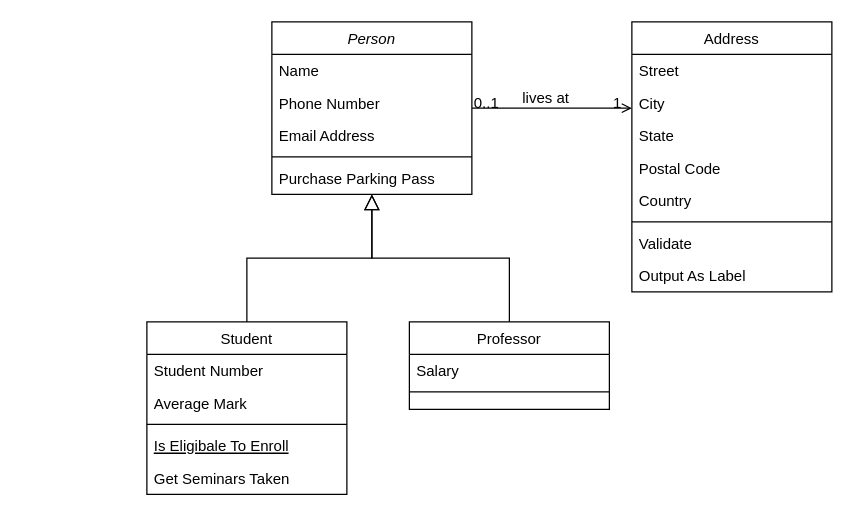
CynthiaMaldonadoR/hello-world keeps this draw.io diagram as Act 15 creditos.drawio. Above is the earlier version. Source tidied: cells renumbered, new cells numbered last; positions are measured from the earlier drawing's top-left corner, leaving out a move shared by most shapes. Both pictures are drawn from the tidied source at 125%, with x=0, y=0 at pixel (146, 21).
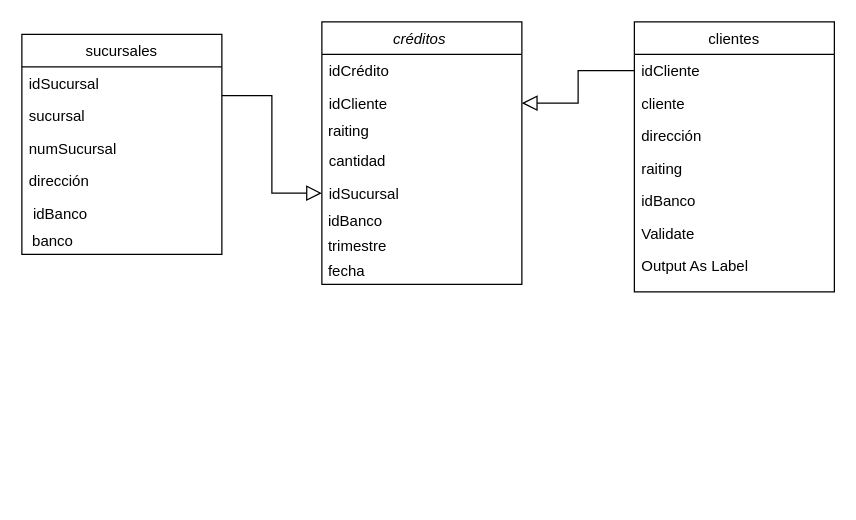
The same diagram, later.

Diff of the diagram source:
```diff
@@
-    <mxCell id="2" value="Person" style="swimlane;fontStyle=2;align=center;verticalAlign=top;horizontal=1;startSize=26;rounded=0;shadow=0;strokeWidth=1;" parent="1" vertex="1">
-      <mxGeometry x="100" width="160" height="138" as="geometry" />
+    <mxCell id="2" value="créditos " style="swimlane;fontStyle=2;align=center;verticalAlign=top;horizontal=1;startSize=26;rounded=0;shadow=0;strokeWidth=1;" parent="1" vertex="1">
+      <mxGeometry x="140" width="160" height="210" as="geometry" />
     </mxCell>
-    <mxCell id="3" value="Name" style="text;align=left;verticalAlign=top;spacingLeft=4;spacingRight=4;overflow=hidden;" parent="2" vertex="1">
+    <mxCell id="3" value="idCrédito" style="text;align=left;verticalAlign=top;spacingLeft=4;spacingRight=4;overflow=hidden;" parent="2" vertex="1">
       <mxGeometry y="26" width="160" height="26" as="geometry" />
     </mxCell>
-    <mxCell id="4" value="Phone Number" style="text;align=left;verticalAlign=top;spacingLeft=4;spacingRight=4;overflow=hidden;points=[[0,0.5],[1,0.5]];portConstraint=eastwest;rounded=0;shadow=0;html=0;" parent="2" vertex="1">
+    <mxCell id="4" value="idCliente" style="text;align=left;verticalAlign=top;spacingLeft=4;spacingRight=4;overflow=hidden;points=[[0,0.5],[1,0.5]];portConstraint=eastwest;rounded=0;shadow=0;html=0;" parent="2" vertex="1">
       <mxGeometry y="52" width="160" height="26" as="geometry" />
     </mxCell>
+    <mxCell id="32" value="&amp;nbsp;raiting" style="text;html=1;strokeColor=none;fillColor=none;align=left;verticalAlign=middle;whiteSpace=wrap;rounded=0;" parent="2" vertex="1">
+      <mxGeometry y="78" width="160" height="20" as="geometry" />
+    </mxCell>
-    <mxCell id="5" value="Email Address" style="text;align=left;verticalAlign=top;spacingLeft=4;spacingRight=4;overflow=hidden;rounded=0;shadow=0;html=0;" parent="2" vertex="1">
-      <mxGeometry y="78" width="160" height="26" as="geometry" />
+    <mxCell id="5" value="cantidad" style="text;align=left;verticalAlign=top;spacingLeft=4;spacingRight=4;overflow=hidden;rounded=0;shadow=0;html=0;" parent="2" vertex="1">
+      <mxGeometry y="98" width="160" height="26" as="geometry" />
     </mxCell>
-    <mxCell id="6" style="line;html=1;strokeWidth=1;align=left;verticalAlign=middle;spacingTop=-1;spacingLeft=3;spacingRight=3;labelPosition=right;" parent="2" vertex="1">
-      <mxGeometry y="104" width="160" height="8" as="geometry" />
-    </mxCell>
-    <mxCell id="7" value="Purchase Parking Pass" style="text;align=left;verticalAlign=top;spacingLeft=4;spacingRight=4;overflow=hidden;points=[[0,0.5],[1,0.5]];portConstraint=eastwest;" parent="2" vertex="1">
-      <mxGeometry y="112" width="160" height="26" as="geometry" />
+    <mxCell id="7" value="idSucursal" style="text;align=left;verticalAlign=top;spacingLeft=4;spacingRight=4;overflow=hidden;points=[[0,0.5],[1,0.5]];portConstraint=eastwest;" parent="2" vertex="1">
+      <mxGeometry y="124" width="160" height="26" as="geometry" />
     </mxCell>
+    <mxCell id="33" value="&amp;nbsp;idBanco" style="text;html=1;strokeColor=none;fillColor=none;align=left;verticalAlign=middle;whiteSpace=wrap;rounded=0;" parent="2" vertex="1">
+      <mxGeometry y="150" width="160" height="20" as="geometry" />
+    </mxCell>
+    <mxCell id="34" value="&amp;nbsp;trimestre" style="text;html=1;strokeColor=none;fillColor=none;align=left;verticalAlign=middle;whiteSpace=wrap;rounded=0;" parent="2" vertex="1">
+      <mxGeometry y="170" width="160" height="20" as="geometry" />
+    </mxCell>
+    <mxCell id="35" value="&amp;nbsp;fecha" style="text;html=1;strokeColor=none;fillColor=none;align=left;verticalAlign=middle;whiteSpace=wrap;rounded=0;" parent="2" vertex="1">
+      <mxGeometry y="190" width="160" height="20" as="geometry" />
+    </mxCell>
-    <mxCell id="8" value="Student" style="swimlane;fontStyle=0;align=center;verticalAlign=top;horizontal=1;startSize=26;rounded=0;shadow=0;strokeWidth=1;" parent="1" vertex="1">
-      <mxGeometry y="240" width="160" height="138" as="geometry" />
+    <mxCell id="8" value="sucursales" style="swimlane;fontStyle=0;align=center;verticalAlign=top;horizontal=1;startSize=26;rounded=0;shadow=0;strokeWidth=1;" parent="1" vertex="1">
+      <mxGeometry x="-100" y="10" width="160" height="176" as="geometry" />
     </mxCell>
-    <mxCell id="9" value="Student Number" style="text;align=left;verticalAlign=top;spacingLeft=4;spacingRight=4;overflow=hidden;" parent="8" vertex="1">
+    <mxCell id="9" value="idSucursal" style="text;align=left;verticalAlign=top;spacingLeft=4;spacingRight=4;overflow=hidden;" parent="8" vertex="1">
       <mxGeometry y="26" width="160" height="26" as="geometry" />
     </mxCell>
-    <mxCell id="10" value="Average Mark" style="text;align=left;verticalAlign=top;spacingLeft=4;spacingRight=4;overflow=hidden;rounded=0;shadow=0;html=0;" parent="8" vertex="1">
+    <mxCell id="10" value="sucursal" style="text;align=left;verticalAlign=top;spacingLeft=4;spacingRight=4;overflow=hidden;rounded=0;shadow=0;html=0;" parent="8" vertex="1">
       <mxGeometry y="52" width="160" height="26" as="geometry" />
     </mxCell>
-    <mxCell id="11" style="line;html=1;strokeWidth=1;align=left;verticalAlign=middle;spacingTop=-1;spacingLeft=3;spacingRight=3;labelPosition=right;" parent="8" vertex="1">
-      <mxGeometry y="78" width="160" height="8" as="geometry" />
-    </mxCell>
-    <mxCell id="12" value="Is Eligibale To Enroll" style="text;align=left;verticalAlign=top;spacingLeft=4;spacingRight=4;overflow=hidden;fontStyle=4;" parent="8" vertex="1">
-      <mxGeometry y="86" width="160" height="26" as="geometry" />
+    <mxCell id="12" value="numSucursal" style="text;align=left;verticalAlign=top;spacingLeft=4;spacingRight=4;overflow=hidden;fontStyle=0;" parent="8" vertex="1">
+      <mxGeometry y="78" width="160" height="26" as="geometry" />
     </mxCell>
-    <mxCell id="13" value="Get Seminars Taken" style="text;align=left;verticalAlign=top;spacingLeft=4;spacingRight=4;overflow=hidden;" parent="8" vertex="1">
-      <mxGeometry y="112" width="160" height="26" as="geometry" />
+    <mxCell id="13" value="dirección " style="text;align=left;verticalAlign=top;spacingLeft=4;spacingRight=4;overflow=hidden;" parent="8" vertex="1">
+      <mxGeometry y="104" width="160" height="26" as="geometry" />
     </mxCell>
+    <mxCell id="16" value=" idBanco" style="text;align=left;verticalAlign=top;spacingLeft=4;spacingRight=4;overflow=hidden;" parent="8" vertex="1">
+      <mxGeometry y="130" width="160" height="26" as="geometry" />
+    </mxCell>
+    <mxCell id="36" value="&amp;nbsp; banco" style="text;html=1;strokeColor=none;fillColor=none;align=left;verticalAlign=middle;whiteSpace=wrap;rounded=0;" parent="8" vertex="1">
+      <mxGeometry y="156" width="160" height="20" as="geometry" />
+    </mxCell>
-    <mxCell id="14" style="endArrow=block;endSize=10;endFill=0;shadow=0;strokeWidth=1;rounded=0;edgeStyle=elbowEdgeStyle;elbow=vertical;" parent="1" edge="1" source="8" target="2">
-      <mxGeometry relative="1" as="geometry" />
+    <mxCell id="14" style="endArrow=block;endSize=10;endFill=0;shadow=0;strokeWidth=1;rounded=0;edgeStyle=elbowEdgeStyle;entryX=0;entryY=0.5;entryDx=0;entryDy=0;" parent="1" edge="1" target="7">
+      <mxGeometry relative="1" as="geometry">
+        <mxPoint x="60" y="59" as="sourcePoint" />
+      </mxGeometry>
     </mxCell>
-    <mxCell id="15" value="Professor" style="swimlane;fontStyle=0;align=center;verticalAlign=top;horizontal=1;startSize=26;rounded=0;shadow=0;strokeWidth=1;" parent="1" vertex="1">
-      <mxGeometry x="210" y="240" width="160" height="70" as="geometry" />
-    </mxCell>
-    <mxCell id="16" value="Salary" style="text;align=left;verticalAlign=top;spacingLeft=4;spacingRight=4;overflow=hidden;" parent="15" vertex="1">
-      <mxGeometry y="26" width="160" height="26" as="geometry" />
-    </mxCell>
-    <mxCell id="17" style="line;html=1;strokeWidth=1;align=left;verticalAlign=middle;spacingTop=-1;spacingLeft=3;spacingRight=3;labelPosition=right;" parent="15" vertex="1">
-      <mxGeometry y="52" width="160" height="8" as="geometry" />
-    </mxCell>
-    <mxCell id="18" style="endArrow=block;endSize=10;endFill=0;shadow=0;strokeWidth=1;rounded=0;edgeStyle=elbowEdgeStyle;elbow=vertical;" parent="1" edge="1" source="15" target="2">
-      <mxGeometry relative="1" as="geometry" />
-    </mxCell>
-    <mxCell id="19" value="Address" style="swimlane;fontStyle=0;align=center;verticalAlign=top;horizontal=1;startSize=26;rounded=0;shadow=0;strokeWidth=1;" parent="1" vertex="1">
-      <mxGeometry x="388" width="160" height="216" as="geometry" />
+    <mxCell id="19" value="clientes" style="swimlane;fontStyle=0;align=center;verticalAlign=top;horizontal=1;startSize=26;rounded=0;shadow=0;strokeWidth=1;" parent="1" vertex="1">
+      <mxGeometry x="390" width="160" height="216" as="geometry" />
     </mxCell>
-    <mxCell id="20" value="Street" style="text;align=left;verticalAlign=top;spacingLeft=4;spacingRight=4;overflow=hidden;points=[[0,0.5],[1,0.5]];portConstraint=eastwest;" parent="19" vertex="1">
+    <mxCell id="20" value="idCliente" style="text;align=left;verticalAlign=top;spacingLeft=4;spacingRight=4;overflow=hidden;points=[[0,0.5],[1,0.5]];portConstraint=eastwest;" parent="19" vertex="1">
       <mxGeometry y="26" width="160" height="26" as="geometry" />
     </mxCell>
-    <mxCell id="21" value="City" style="text;align=left;verticalAlign=top;spacingLeft=4;spacingRight=4;overflow=hidden;rounded=0;shadow=0;html=0;" parent="19" vertex="1">
+    <mxCell id="21" value="cliente" style="text;align=left;verticalAlign=top;spacingLeft=4;spacingRight=4;overflow=hidden;rounded=0;shadow=0;html=0;" parent="19" vertex="1">
       <mxGeometry y="52" width="160" height="26" as="geometry" />
     </mxCell>
-    <mxCell id="22" value="State" style="text;align=left;verticalAlign=top;spacingLeft=4;spacingRight=4;overflow=hidden;rounded=0;shadow=0;html=0;" parent="19" vertex="1">
+    <mxCell id="22" value="dirección " style="text;align=left;verticalAlign=top;spacingLeft=4;spacingRight=4;overflow=hidden;rounded=0;shadow=0;html=0;" parent="19" vertex="1">
       <mxGeometry y="78" width="160" height="26" as="geometry" />
     </mxCell>
-    <mxCell id="23" value="Postal Code" style="text;align=left;verticalAlign=top;spacingLeft=4;spacingRight=4;overflow=hidden;rounded=0;shadow=0;html=0;" parent="19" vertex="1">
+    <mxCell id="23" value="raiting" style="text;align=left;verticalAlign=top;spacingLeft=4;spacingRight=4;overflow=hidden;rounded=0;shadow=0;html=0;" parent="19" vertex="1">
       <mxGeometry y="104" width="160" height="26" as="geometry" />
     </mxCell>
-    <mxCell id="24" value="Country" style="text;align=left;verticalAlign=top;spacingLeft=4;spacingRight=4;overflow=hidden;rounded=0;shadow=0;html=0;" parent="19" vertex="1">
+    <mxCell id="24" value="idBanco" style="text;align=left;verticalAlign=top;spacingLeft=4;spacingRight=4;overflow=hidden;rounded=0;shadow=0;html=0;" parent="19" vertex="1">
       <mxGeometry y="130" width="160" height="26" as="geometry" />
     </mxCell>
-    <mxCell id="25" style="line;html=1;strokeWidth=1;align=left;verticalAlign=middle;spacingTop=-1;spacingLeft=3;spacingRight=3;labelPosition=right;" parent="19" vertex="1">
-      <mxGeometry y="156" width="160" height="8" as="geometry" />
-    </mxCell>
     <mxCell id="26" value="Validate" style="text;align=left;verticalAlign=top;spacingLeft=4;spacingRight=4;overflow=hidden;" parent="19" vertex="1">
-      <mxGeometry y="164" width="160" height="26" as="geometry" />
+      <mxGeometry y="156" width="160" height="26" as="geometry" />
     </mxCell>
     <mxCell id="27" value="Output As Label" style="text;align=left;verticalAlign=top;spacingLeft=4;spacingRight=4;overflow=hidden;" parent="19" vertex="1">
-      <mxGeometry y="190" width="160" height="26" as="geometry" />
+      <mxGeometry y="182" width="160" height="26" as="geometry" />
     </mxCell>
-    <mxCell id="28" style="endArrow=open;shadow=0;strokeWidth=1;rounded=0;endFill=1;edgeStyle=elbowEdgeStyle;elbow=vertical;" parent="1" edge="1" source="2" target="19">
-      <mxGeometry x="0.5" y="41" relative="1" as="geometry">
-        <mxPoint x="-40" y="32" as="offset" />
-      </mxGeometry>
-    </mxCell>
-    <mxCell id="29" value="0..1" style="align=left;verticalAlign=bottom;labelBackgroundColor=none;fontSize=12;" parent="28" vertex="1">
-      <mxGeometry x="-1" relative="1" as="geometry">
-        <mxPoint y="4" as="offset" />
-      </mxGeometry>
-    </mxCell>
-    <mxCell id="30" value="1" style="align=right;verticalAlign=bottom;labelBackgroundColor=none;fontSize=12;" parent="28" vertex="1">
-      <mxGeometry x="1" relative="1" as="geometry">
-        <mxPoint x="-7" y="4" as="offset" />
-      </mxGeometry>
-    </mxCell>
-    <mxCell id="31" value="lives at" style="text;html=1;align=center;verticalAlign=middle;labelBackgroundColor=none;rounded=0;shadow=0;strokeWidth=1;fontSize=12;" parent="28" vertex="1">
-      <mxGeometry x="0.5" y="49" relative="1" as="geometry">
-        <mxPoint x="-38" y="40" as="offset" />
-      </mxGeometry>
-    </mxCell>
+    <mxCell id="37" style="endArrow=block;endSize=10;endFill=0;shadow=0;strokeWidth=1;rounded=0;edgeStyle=elbowEdgeStyle;exitX=0;exitY=0.5;exitDx=0;exitDy=0;" parent="1" edge="1" source="20" target="4">
+      <mxGeometry relative="1" as="geometry" />
+    </mxCell>
```
